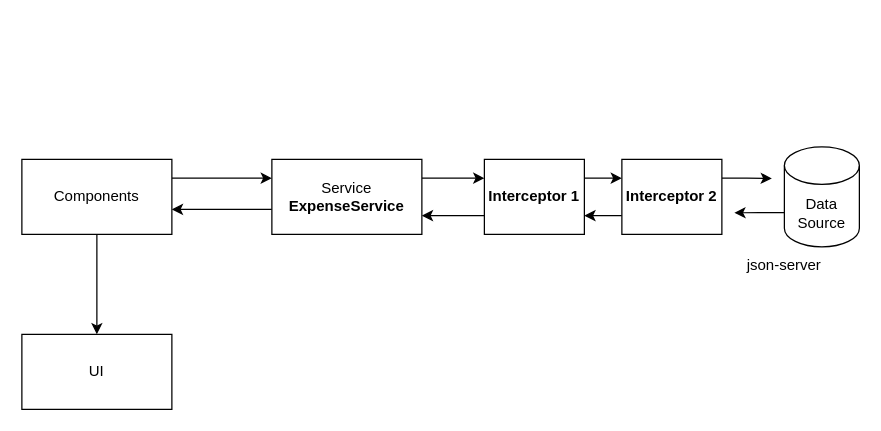
Earlier version of the draw.io diagram page "Page-10" (10 of 11) of references/ng-diagrams.drawio (synergy2411/ng-oct25). Source tidied: cells renumbered, new cells numbered last; positions are measured from the earlier drawing's top-left corner, leaving out a move shared by most shapes. Both pictures are drawn from the tidied source at 125%, with x=0, y=0 at pixel (21, 146).
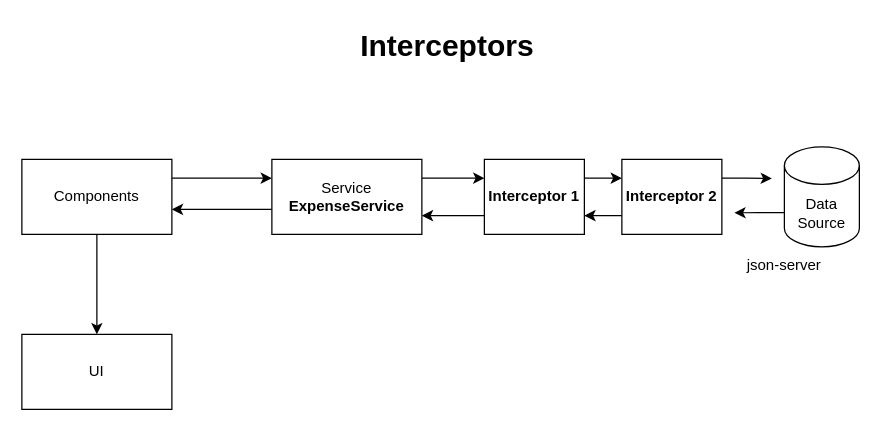
After the change.

Diff of the diagram source:
```diff
@@
+    <mxCell id="18" value="Interceptors" style="text;strokeColor=none;fillColor=none;html=1;fontSize=24;fontStyle=1;verticalAlign=middle;align=center;" parent="1" vertex="1">
+      <mxGeometry x="290" y="-100" width="100" height="40" as="geometry" />
+    </mxCell>
```
